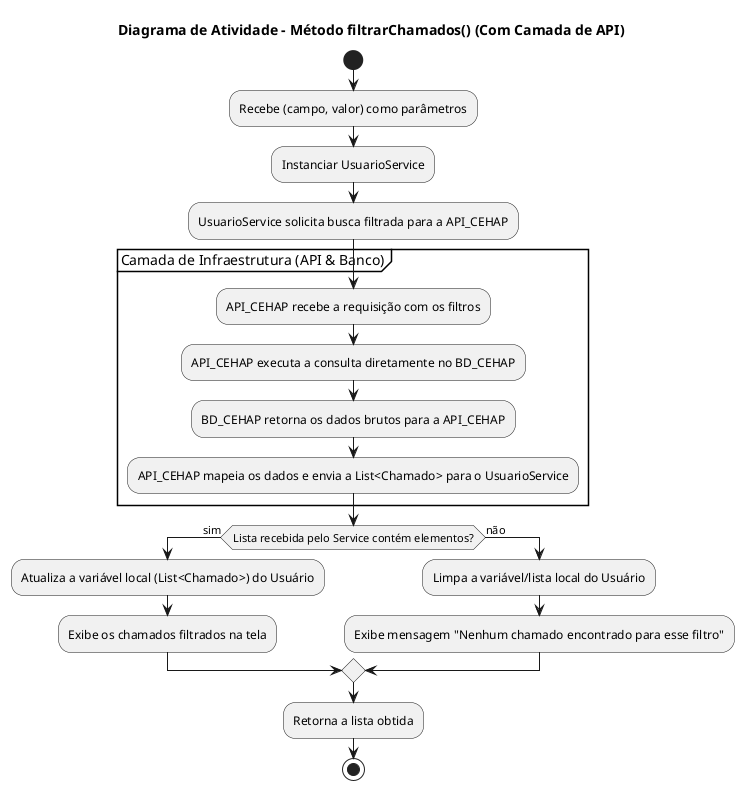
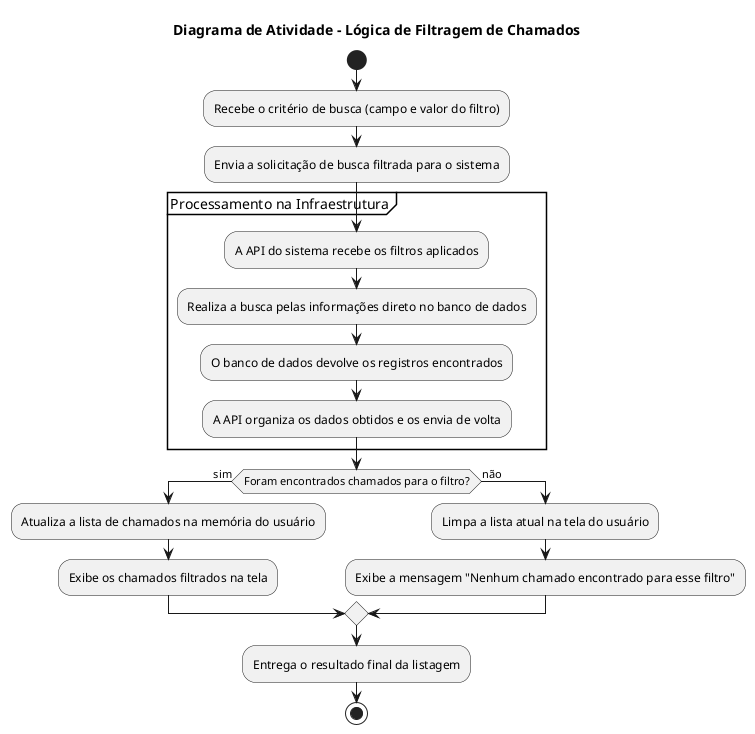
@startuml
- title Diagrama de Atividade - Método filtrarChamados() (Com Camada de API)
+ title Diagrama de Atividade - Lógica de Filtragem de Chamados

start

- :Recebe (campo, valor) como parâmetros;
+ :Recebe o critério de busca (campo e valor do filtro);
+ :Envia a solicitação de busca filtrada para o sistema;

- :Instanciar UsuarioService;
- :UsuarioService solicita busca filtrada para a API_CEHAP;
- 
- partition "Camada de Infraestrutura (API & Banco)" {
-   :API_CEHAP recebe a requisição com os filtros;
-   :API_CEHAP executa a consulta diretamente no BD_CEHAP;
-   :BD_CEHAP retorna os dados brutos para a API_CEHAP;
-   :API_CEHAP mapeia os dados e envia a List<Chamado> para o UsuarioService;
+ partition "Processamento na Infraestrutura" {
+   :A API do sistema recebe os filtros aplicados;
+   :Realiza a busca pelas informações direto no banco de dados;
+   :O banco de dados devolve os registros encontrados;
+   :A API organiza os dados obtidos e os envia de volta;
}

- if (Lista recebida pelo Service contém elementos?) then (sim)
-   :Atualiza a variável local (List<Chamado>) do Usuário;
+ if (Foram encontrados chamados para o filtro?) then (sim)
+   :Atualiza a lista de chamados na memória do usuário;
  :Exibe os chamados filtrados na tela;
else (não)
-   :Limpa a variável/lista local do Usuário;
-   :Exibe mensagem "Nenhum chamado encontrado para esse filtro";
+   :Limpa a lista atual na tela do usuário;
+   :Exibe a mensagem "Nenhum chamado encontrado para esse filtro";
endif

- :Retorna a lista obtida;
+ :Entrega o resultado final da listagem;

stop
@enduml